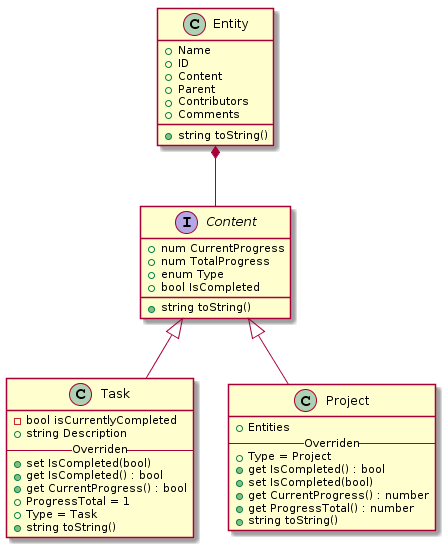
Earlier version of the PlantUML export docs/models/diagram.png (navx2810/tasket).
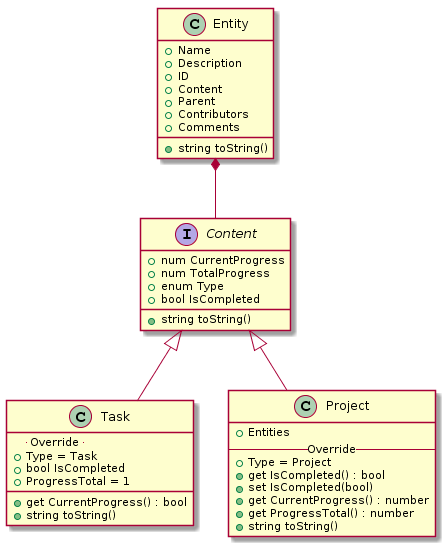
The same diagram one commit later.

Commit message:
updated uml for models to place description into the Entity rather than the Task since Project could have a description too.

What changed in the source:
```diff
@@ -1,6 +1,7 @@
 @startuml
 class Entity {
     + Name
+    + Description
     + ID
     + Content
     + Parent
@@ -19,22 +20,19 @@
 }
 
 class Task extends Content {
-    - bool isCurrentlyCompleted
-    + string Description
 
-    -- Overriden --
-    + set IsCompleted(bool)
-    + get IsCompleted() : bool
+    -- Override --
+    + Type = Task
+    + bool IsCompleted
     + get CurrentProgress() : bool
     + ProgressTotal = 1
-    + Type = Task
     + string toString()
 }
 
 class Project extends Content {
     + Entities
 
-    -- Overriden --
+    -- Override --
     + Type = Project
     + get IsCompleted() : bool
     + set IsCompleted(bool)
```
